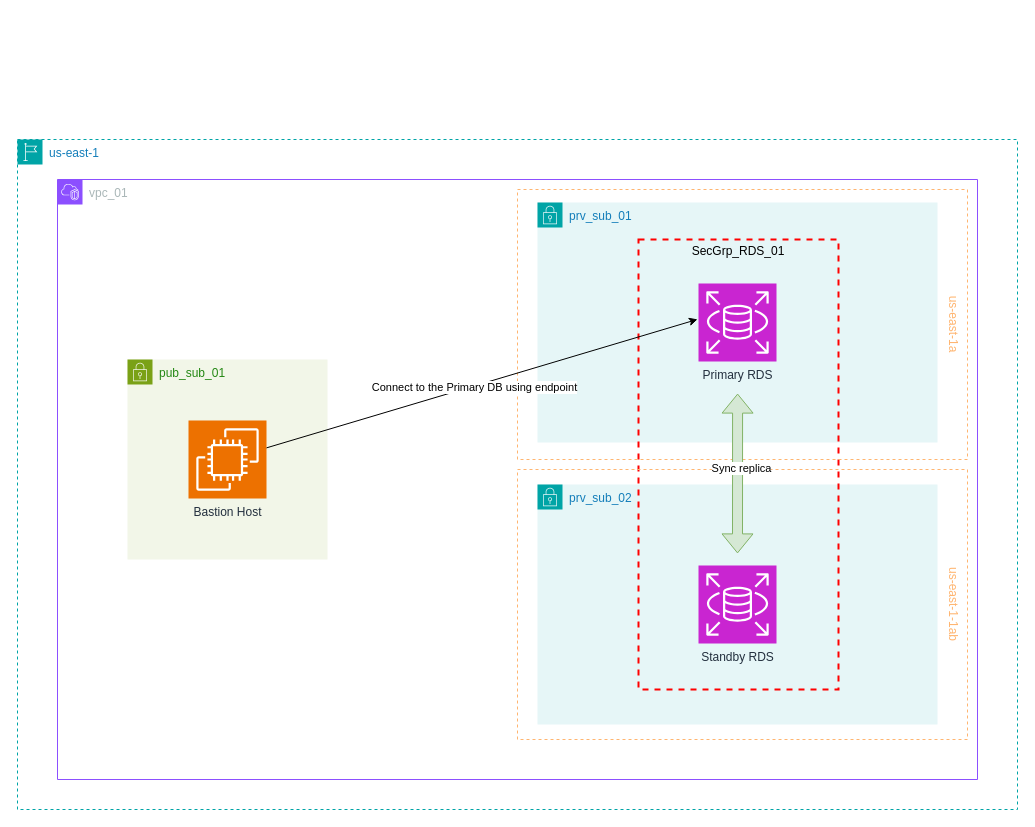
Mohamed-Eleraki/terraform keeps this draw.io diagram as AWS_Demo/24-advancedRDSconfigs/advancedRDS.drawio. Above is the earlier version. Source tidied: cells renumbered, new cells numbered last; positions are measured from the earlier drawing's top-left corner, leaving out a move shared by most shapes. Both pictures are drawn from the tidied source at 100%, with x=0, y=0 at pixel (17, 99).
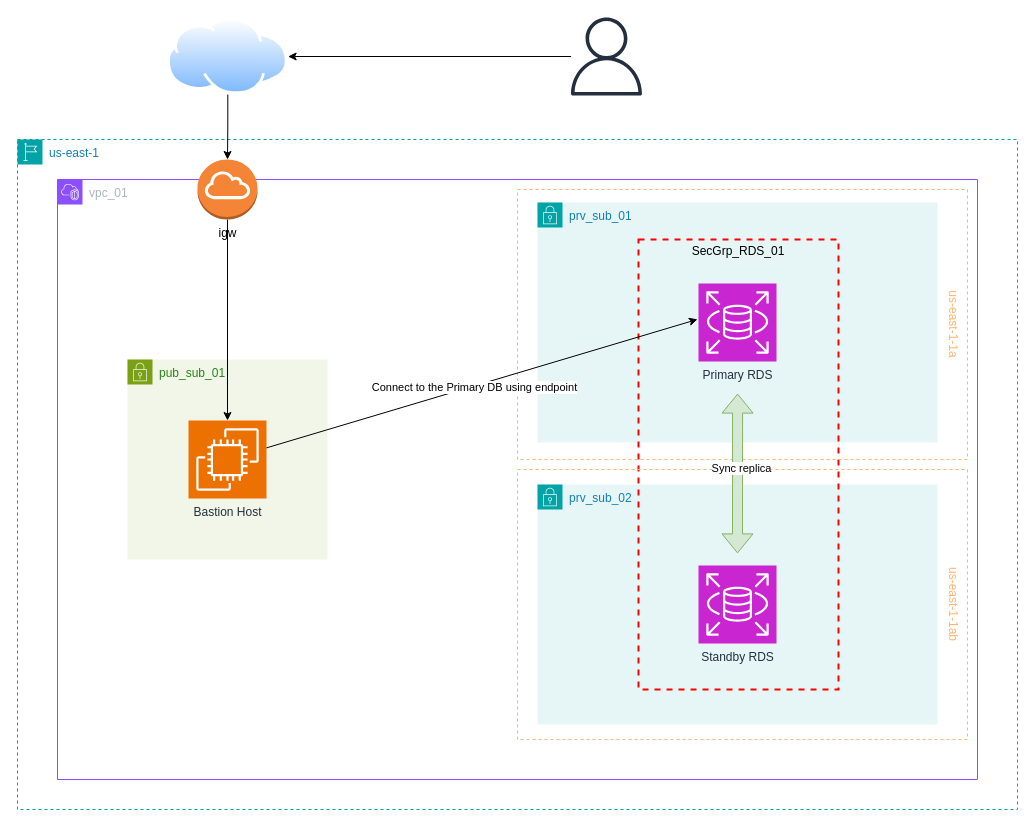
Above is the later version.

Unchanged cells that the change refers to:
```xml
<mxCell id="3" value="vpc_01" style="gradientColor=none;html=1;whiteSpace=wrap;fontSize=12;fontStyle=0;shape=mxgraph.aws4.group;grIcon=mxgraph.aws4.group_vpc2;strokeColor=#8C4FFF;fillColor=none;verticalAlign=top;align=left;spacingLeft=30;fontColor=#AAB7B8;dashed=0;" parent="2" vertex="1">
  <mxGeometry x="40" y="40" width="920" height="600" as="geometry" />
</mxCell>
<mxCell id="5" value="Bastion Host" style="sketch=0;points=[[0,0,0],[0.25,0,0],[0.5,0,0],[0.75,0,0],[1,0,0],[0,1,0],[0.25,1,0],[0.5,1,0],[0.75,1,0],[1,1,0],[0,0.25,0],[0,0.5,0],[0,0.75,0],[1,0.25,0],[1,0.5,0],[1,0.75,0]];outlineConnect=0;fontColor=#232F3E;fillColor=#ED7100;strokeColor=#ffffff;dashed=0;verticalLabelPosition=bottom;verticalAlign=top;align=center;html=1;fontSize=12;fontStyle=0;shape=mxgraph.aws4.resourceIcon;resIcon=mxgraph.aws4.ec2;" parent="4" vertex="1">
  <mxGeometry x="61" y="61" width="78" height="78" as="geometry" />
</mxCell>
```

Change to the diagram source:
```diff
@@
-    <mxCell id="11" value="&lt;font color=&quot;#ffb570&quot;&gt;us-east-1a&lt;/font&gt;" style="fillColor=none;strokeColor=#FFB570;dashed=1;verticalAlign=top;fontStyle=0;fontColor=#147EBA;whiteSpace=wrap;html=1;rotation=90;" parent="3" vertex="1">
+    <mxCell id="11" value="&lt;font color=&quot;#ffb570&quot;&gt;us-east-1-1a&lt;/font&gt;" style="fillColor=none;strokeColor=#FFB570;dashed=1;verticalAlign=top;fontStyle=0;fontColor=#147EBA;whiteSpace=wrap;html=1;rotation=90;" parent="3" vertex="1">
       <mxGeometry x="550" y="-80" width="270" height="450" as="geometry" />
     </mxCell>
@@
+    <mxCell id="17" style="edgeStyle=orthogonalEdgeStyle;rounded=0;jettySize=auto;html=1;" parent="3" edge="1" source="18" target="5">
+      <mxGeometry relative="1" as="geometry" />
+    </mxCell>
+    <mxCell id="18" value="igw" style="outlineConnect=0;dashed=0;verticalLabelPosition=bottom;verticalAlign=top;align=center;html=1;shape=mxgraph.aws3.internet_gateway;fillColor=#F58536;gradientColor=none;" parent="3" vertex="1">
+      <mxGeometry x="140" y="-20" width="60" height="60" as="geometry" />
+    </mxCell>
+    <mxCell id="19" style="edgeStyle=orthogonalEdgeStyle;rounded=0;jettySize=auto;html=1;entryX=1;entryY=0.5;entryDx=0;entryDy=0;" parent="1" edge="1" source="20" target="21">
+      <mxGeometry relative="1" as="geometry" />
+    </mxCell>
+    <mxCell id="20" style="sketch=0;outlineConnect=0;fontColor=#232F3E;gradientColor=none;fillColor=#232F3D;strokeColor=none;dashed=0;verticalLabelPosition=bottom;verticalAlign=top;align=center;html=1;fontSize=12;fontStyle=0;shape=mxgraph.aws4.user;" parent="1" vertex="1">
+      <mxGeometry x="550" y="-82" width="78" height="78" as="geometry" />
+    </mxCell>
+    <mxCell id="21" style="image;perimeter=ellipsePerimeter;html=1;align=center;shadow=0;dashed=0;spacingTop=3;image=img/lib/active_directory/internet_cloud.svg;" parent="1" vertex="1">
+      <mxGeometry x="150" y="-81" width="120.6" height="76" as="geometry" />
+    </mxCell>
+    <mxCell id="22" style="edgeStyle=orthogonalEdgeStyle;rounded=0;jettySize=auto;html=1;entryX=0.5;entryY=0;entryDx=0;entryDy=0;entryPerimeter=0;" parent="1" edge="1" source="21" target="18">
+      <mxGeometry relative="1" as="geometry" />
+    </mxCell>
```
